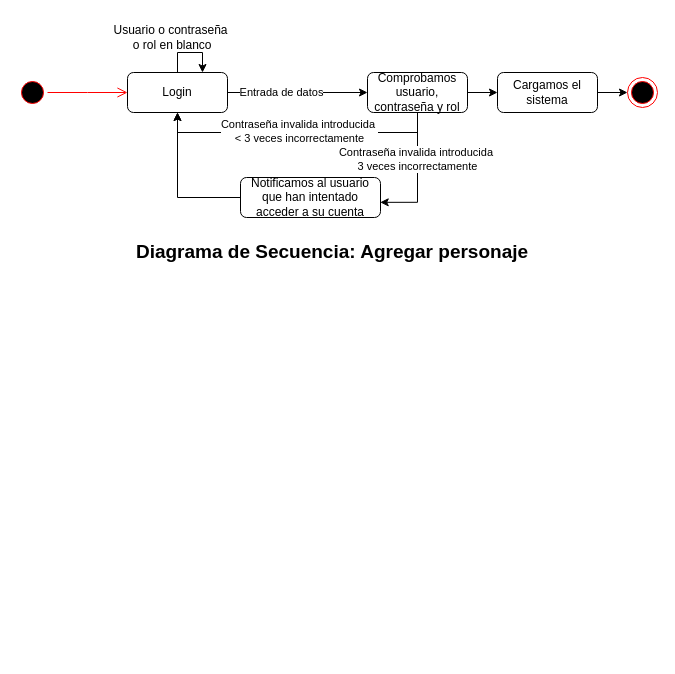
Before: page "Diagrama de Estados" (6 of 6) of Grupo3MetodologiaProgramacion.drawio in Jordigb44/Grupo3MP, a draw.io diagram. Source tidied: cells renumbered, new cells numbered last; positions are measured from the earlier drawing's top-left corner, leaving out a move shared by most shapes. Both pictures are drawn from the tidied source at 100%, with x=0, y=0 at pixel (17, 17).
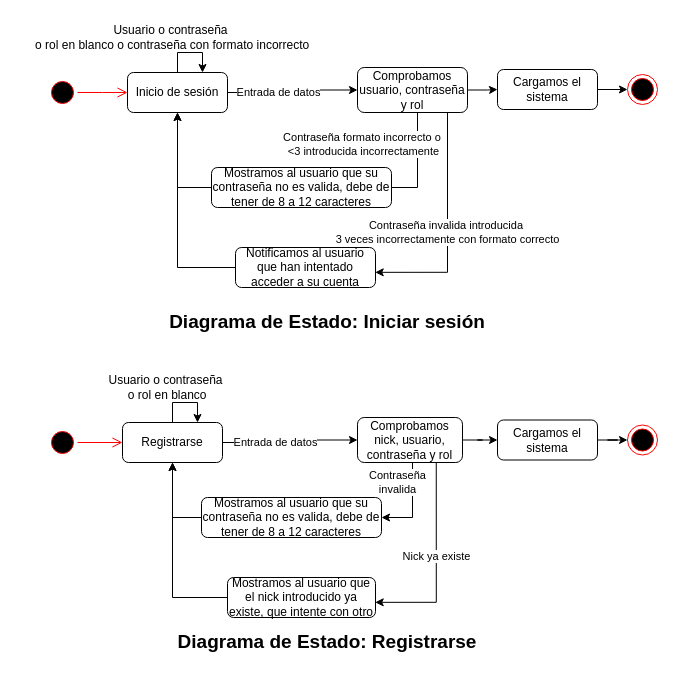
The same page after the edit.

Commit message (it also covers changes not shown here):
diagrama de estado, login y signup - jord

Diff of the diagram source:
```diff
@@
     <mxCell id="2" style="ellipse;html=1;shape=startState;fillColor=#000000;strokeColor=#ff0000;" parent="1" vertex="1">
-      <mxGeometry y="60" width="30" height="30" as="geometry" />
+      <mxGeometry x="30" y="60" width="30" height="30" as="geometry" />
     </mxCell>
@@
-    <mxCell id="6" value="Login" style="whiteSpace=wrap;html=1;rounded=1;" parent="1" vertex="1">
+    <mxCell id="6" value="Inicio de sesión" style="whiteSpace=wrap;html=1;rounded=1;" parent="1" vertex="1">
       <mxGeometry x="110" y="55" width="100" height="40" as="geometry" />
     </mxCell>
@@
-    <mxCell id="8" value="Usuario o contraseña&lt;div&gt;&amp;nbsp;o rol en blanco&lt;/div&gt;" style="text;html=1;align=center;verticalAlign=middle;strokeColor=none;fillColor=none;" parent="1" vertex="1">
-      <mxGeometry x="83" width="140" height="40" as="geometry" />
+    <mxCell id="8" value="Usuario o contraseña&lt;div&gt;&amp;nbsp;o rol en blanco o contraseña con formato incorrecto&lt;/div&gt;" style="text;html=1;align=center;verticalAlign=middle;strokeColor=none;fillColor=none;" parent="1" vertex="1">
+      <mxGeometry x="3" width="300" height="40" as="geometry" />
     </mxCell>
     <mxCell id="9" style="edgeStyle=orthogonalEdgeStyle;rounded=0;jettySize=auto;html=1;entryX=0.5;entryY=1;entryDx=0;entryDy=0;" parent="1" edge="1" source="12" target="6">
       <mxGeometry relative="1" as="geometry">
         <Array as="points">
-          <mxPoint x="400" y="115" />
-          <mxPoint x="160" y="115" />
+          <mxPoint x="400" y="170" />
+          <mxPoint x="160" y="170" />
         </Array>
       </mxGeometry>
     </mxCell>
-    <mxCell id="10" value="&lt;div&gt;Contraseña invalida introducida&amp;nbsp;&lt;/div&gt;&lt;div&gt;&amp;lt; 3 veces incorrectamente&lt;/div&gt;" style="edgeLabel;html=1;align=center;verticalAlign=middle;" parent="9" vertex="1">
-      <mxGeometry x="0.21" y="-2" relative="1" as="geometry">
-        <mxPoint x="30" as="offset" />
-      </mxGeometry>
-    </mxCell>
+    <mxCell id="21" value="&lt;div&gt;Contraseña formato incorrecto o&amp;nbsp;&lt;/div&gt;&lt;div&gt;&amp;lt;3 introducida incorrectamente&lt;/div&gt;" style="edgeLabel;html=1;align=center;verticalAlign=middle;" parent="9" vertex="1">
+      <mxGeometry x="-0.84" y="1" relative="1" as="geometry">
+        <mxPoint x="-56" as="offset" />
+      </mxGeometry>
+    </mxCell>
@@
     <mxCell id="12" value="Comprobamos usuario, contraseña y rol" style="whiteSpace=wrap;html=1;rounded=1;" parent="1" vertex="1">
-      <mxGeometry x="350" y="55" width="100" height="40" as="geometry" />
+      <mxGeometry x="340" y="50" width="110" height="45" as="geometry" />
     </mxCell>
@@
     <mxCell id="14" value="Notificamos al usuario que han intentado acceder a su cuenta" style="whiteSpace=wrap;html=1;rounded=1;" parent="1" vertex="1">
-      <mxGeometry x="223" y="160" width="140" height="40" as="geometry" />
+      <mxGeometry x="218" y="230" width="140" height="40" as="geometry" />
     </mxCell>
     <mxCell id="15" style="edgeStyle=orthogonalEdgeStyle;rounded=0;jettySize=auto;html=1;entryX=0.998;entryY=0.621;entryDx=0;entryDy=0;entryPerimeter=0;" parent="1" edge="1" source="12" target="14">
-      <mxGeometry relative="1" as="geometry" />
+      <mxGeometry relative="1" as="geometry">
+        <Array as="points">
+          <mxPoint x="430" y="255" />
+        </Array>
+      </mxGeometry>
     </mxCell>
-    <mxCell id="16" value="&lt;div&gt;Contraseña invalida introducida&amp;nbsp;&lt;/div&gt;&lt;div&gt;3 veces incorrectamente&lt;/div&gt;" style="edgeLabel;html=1;align=center;verticalAlign=middle;imageAspect=0;" parent="15" vertex="1">
-      <mxGeometry x="-0.61" width="200" height="40" relative="1" as="geometry">
-        <mxPoint x="-100" y="2" as="offset" />
+    <mxCell id="16" value="&lt;div&gt;Contraseña invalida introducida&amp;nbsp;&lt;/div&gt;&lt;div&gt;3 veces incorrectamente con formato correcto&lt;/div&gt;" style="edgeLabel;html=1;align=center;verticalAlign=middle;imageAspect=0;" parent="15" vertex="1">
+      <mxGeometry x="-0.61" width="260" height="40" relative="1" as="geometry">
+        <mxPoint x="-130" y="55" as="offset" />
       </mxGeometry>
     </mxCell>
     <mxCell id="17" style="ellipse;html=1;shape=endState;fillColor=#000000;strokeColor=#ff0000;" parent="1" vertex="1">
-      <mxGeometry x="610" y="60" width="30" height="30" as="geometry" />
+      <mxGeometry x="610" y="57" width="30" height="30" as="geometry" />
     </mxCell>
@@
     <mxCell id="19" value="Cargamos el sistema" style="whiteSpace=wrap;html=1;rounded=1;" parent="1" vertex="1">
-      <mxGeometry x="480" y="55" width="100" height="40" as="geometry" />
+      <mxGeometry x="480" y="52" width="100" height="40" as="geometry" />
     </mxCell>
-    <mxCell id="20" value="Diagrama de Secuencia: Agregar personaje" style="text;html=1;align=center;verticalAlign=middle;whiteSpace=wrap;rounded=0;fontSize=19;fontStyle=1;" parent="1" vertex="1">
-      <mxGeometry x="20" y="220" width="590" height="30" as="geometry" />
+    <mxCell id="20" value="Diagrama de Estado: Iniciar sesión" style="text;html=1;align=center;verticalAlign=middle;whiteSpace=wrap;rounded=0;fontSize=19;fontStyle=1;" parent="1" vertex="1">
+      <mxGeometry x="15" y="290" width="590" height="30" as="geometry" />
     </mxCell>
+    <mxCell id="22" style="ellipse;html=1;shape=startState;fillColor=#000000;strokeColor=#ff0000;" parent="1" vertex="1">
+      <mxGeometry x="30" y="410" width="30" height="30" as="geometry" />
+    </mxCell>
+    <mxCell id="23" style="edgeStyle=orthogonalEdgeStyle;html=1;verticalAlign=bottom;endArrow=open;endSize=8;strokeColor=#ff0000;rounded=0;" parent="1" edge="1" source="22">
+      <mxGeometry relative="1" as="geometry">
+        <mxPoint x="105" y="425" as="targetPoint" />
+      </mxGeometry>
+    </mxCell>
+    <mxCell id="24" style="edgeStyle=orthogonalEdgeStyle;rounded=0;jettySize=auto;html=1;entryX=0;entryY=0.5;entryDx=0;entryDy=0;" parent="1" edge="1" source="26" target="31">
+      <mxGeometry relative="1" as="geometry" />
+    </mxCell>
+    <mxCell id="25" value="Entrada de datos" style="edgeLabel;html=1;align=center;verticalAlign=middle;" parent="24" vertex="1">
+      <mxGeometry x="-0.25" y="1" relative="1" as="geometry" />
+    </mxCell>
+    <mxCell id="26" value="Registrarse" style="whiteSpace=wrap;html=1;rounded=1;" parent="1" vertex="1">
+      <mxGeometry x="105" y="405" width="100" height="40" as="geometry" />
+    </mxCell>
+    <mxCell id="27" style="edgeStyle=orthogonalEdgeStyle;rounded=0;orthogonalLoop=1;jettySize=auto;html=1;entryX=0.75;entryY=0;entryDx=0;entryDy=0;" parent="1" edge="1" source="26" target="26">
+      <mxGeometry relative="1" as="geometry">
+        <Array as="points">
+          <mxPoint x="155" y="385" />
+          <mxPoint x="180" y="385" />
+        </Array>
+      </mxGeometry>
+    </mxCell>
+    <mxCell id="28" value="Usuario o contraseña&lt;div&gt;&amp;nbsp;o rol en blanco&lt;/div&gt;" style="text;html=1;align=center;verticalAlign=middle;strokeColor=none;fillColor=none;" parent="1" vertex="1">
+      <mxGeometry x="78" y="350" width="140" height="40" as="geometry" />
+    </mxCell>
+    <mxCell id="29" style="edgeStyle=orthogonalEdgeStyle;rounded=0;jettySize=auto;html=1;entryX=0;entryY=0.5;entryDx=0;entryDy=0;" parent="1" edge="1" source="31" target="38">
+      <mxGeometry relative="1" as="geometry" />
+    </mxCell>
+    <mxCell id="30" style="edgeStyle=orthogonalEdgeStyle;rounded=0;jettySize=auto;html=1;entryX=1;entryY=0.5;entryDx=0;entryDy=0;" parent="1" edge="1" source="31" target="41">
+      <mxGeometry relative="1" as="geometry">
+        <Array as="points">
+          <mxPoint x="395" y="500" />
+        </Array>
+      </mxGeometry>
+    </mxCell>
+    <mxCell id="31" value="Comprobamos nick, usuario, contraseña y rol" style="whiteSpace=wrap;html=1;rounded=1;" parent="1" vertex="1">
+      <mxGeometry x="340" y="400" width="105" height="45" as="geometry" />
+    </mxCell>
+    <mxCell id="32" style="edgeStyle=orthogonalEdgeStyle;rounded=0;jettySize=auto;html=1;entryX=0.5;entryY=1;entryDx=0;entryDy=0;" parent="1" edge="1" source="33" target="26">
+      <mxGeometry relative="1" as="geometry" />
+    </mxCell>
+    <mxCell id="33" value="Mostramos&amp;nbsp;al usuario que el nick introducido ya existe, que intente con otro" style="whiteSpace=wrap;html=1;rounded=1;" parent="1" vertex="1">
+      <mxGeometry x="210" y="560" width="148" height="40" as="geometry" />
+    </mxCell>
+    <mxCell id="34" style="edgeStyle=orthogonalEdgeStyle;rounded=0;jettySize=auto;html=1;entryX=0.998;entryY=0.621;entryDx=0;entryDy=0;entryPerimeter=0;exitX=0.75;exitY=1;exitDx=0;exitDy=0;" parent="1" edge="1" source="31" target="33">
+      <mxGeometry relative="1" as="geometry" />
+    </mxCell>
+    <mxCell id="35" value="&lt;div&gt;Nick ya existe&lt;/div&gt;" style="edgeLabel;html=1;align=center;verticalAlign=middle;imageAspect=0;" parent="34" vertex="1">
+      <mxGeometry x="-0.61" width="110" height="30" relative="1" as="geometry">
+        <mxPoint x="-55" y="40" as="offset" />
+      </mxGeometry>
+    </mxCell>
+    <mxCell id="36" style="ellipse;html=1;shape=endState;fillColor=#000000;strokeColor=#ff0000;" parent="1" vertex="1">
+      <mxGeometry x="610" y="407.5" width="30" height="30" as="geometry" />
+    </mxCell>
+    <mxCell id="37" style="edgeStyle=orthogonalEdgeStyle;rounded=0;jettySize=auto;html=1;entryX=0;entryY=0.5;entryDx=0;entryDy=0;" parent="1" edge="1" source="38" target="36">
+      <mxGeometry relative="1" as="geometry" />
+    </mxCell>
+    <mxCell id="38" value="Cargamos el sistema" style="whiteSpace=wrap;html=1;rounded=1;" parent="1" vertex="1">
+      <mxGeometry x="480" y="402.5" width="100" height="40" as="geometry" />
+    </mxCell>
+    <mxCell id="39" value="Diagrama de Estado: Registrarse" style="text;html=1;align=center;verticalAlign=middle;whiteSpace=wrap;rounded=0;fontSize=19;fontStyle=1;" parent="1" vertex="1">
+      <mxGeometry x="15" y="610" width="590" height="30" as="geometry" />
+    </mxCell>
+    <mxCell id="40" style="edgeStyle=orthogonalEdgeStyle;rounded=0;jettySize=auto;html=1;entryX=0.5;entryY=1;entryDx=0;entryDy=0;" parent="1" edge="1" source="41" target="26">
+      <mxGeometry relative="1" as="geometry">
+        <Array as="points">
+          <mxPoint x="155" y="500" />
+        </Array>
+      </mxGeometry>
+    </mxCell>
+    <mxCell id="41" value="Mostramos al usuario que su contraseña no es valida, debe de tener de 8 a 12 caracteres" style="whiteSpace=wrap;html=1;rounded=1;" parent="1" vertex="1">
+      <mxGeometry x="184" y="480" width="180" height="40" as="geometry" />
+    </mxCell>
+    <mxCell id="42" value="&lt;div&gt;Contraseña&lt;/div&gt;&lt;div&gt;invalida&lt;/div&gt;" style="edgeLabel;html=1;align=center;verticalAlign=middle;imageAspect=0;" parent="1" vertex="1">
+      <mxGeometry x="330" y="445" width="100" height="40" as="geometry" />
+    </mxCell>
+    <mxCell id="43" value="Mostramos al usuario que su contraseña no es valida, debe de tener de 8 a 12 caracteres" style="whiteSpace=wrap;html=1;rounded=1;" parent="1" vertex="1">
+      <mxGeometry x="194" y="150" width="180" height="40" as="geometry" />
+    </mxCell>
```
